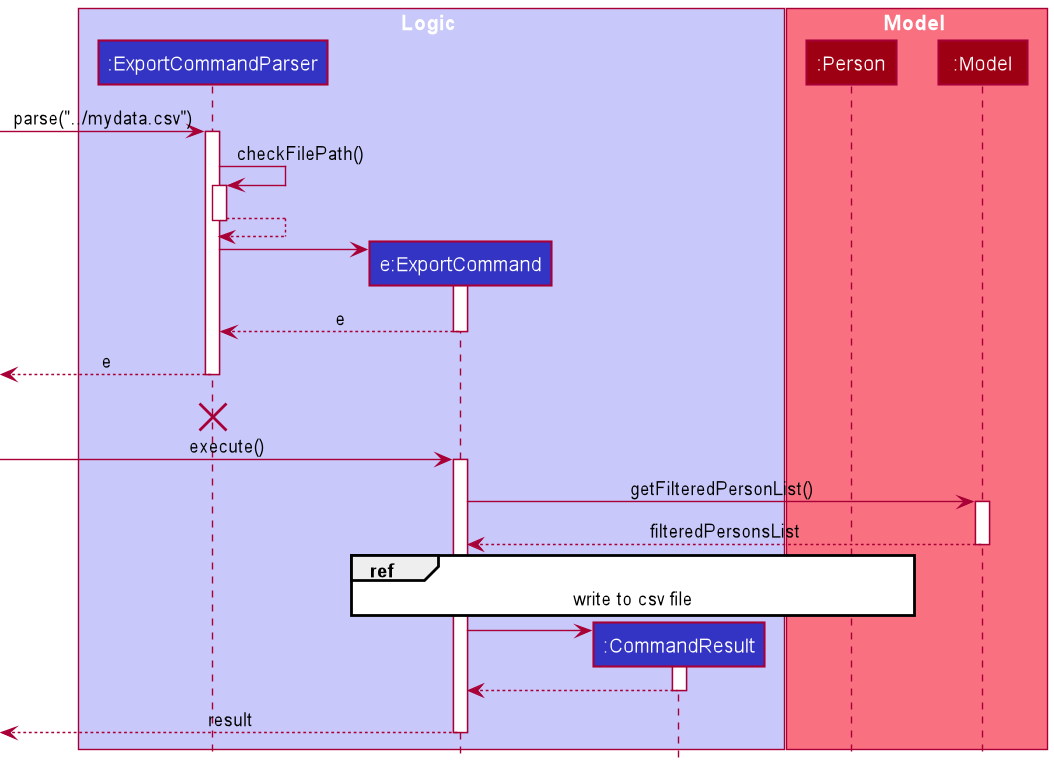
Earlier version of the PlantUML export docs/images/ExportSequenceDiagram.png (rcjj98/tp).
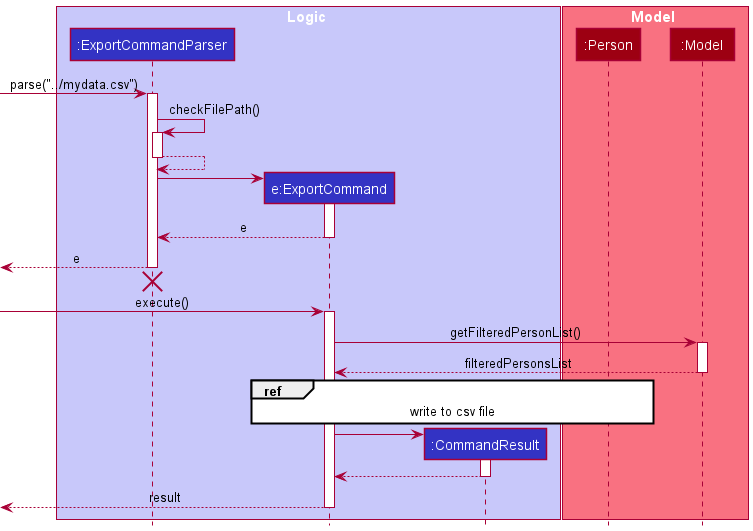
Above is the later version.

Change to the diagram source:
```diff
@@ -32,7 +32,7 @@
 [<-- ExportCommandParser : e
 deactivate ExportCommandParser
 
-[<-[hidden]- ExportCommandParser : e
+[<-[hidden]- ExportCommandParser
 destroy ExportCommandParser
 
 [-> ExportCommand : execute()
```
